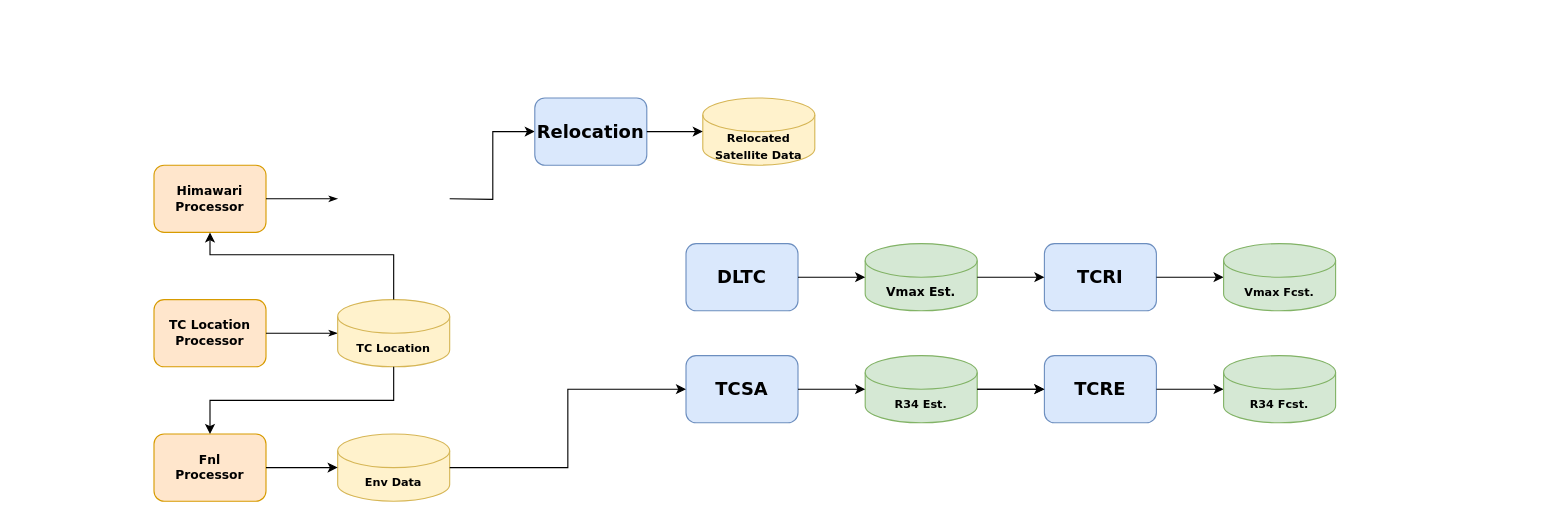
Earlier version of the draw.io diagram dltc.drawio (yuyangk/FlowChart). Source tidied: cells renumbered, new cells numbered last; positions are measured from the earlier drawing's top-left corner, leaving out a move shared by most shapes. Both pictures are drawn from the tidied source at 112%, with x=0, y=0 at pixel (153, 97).
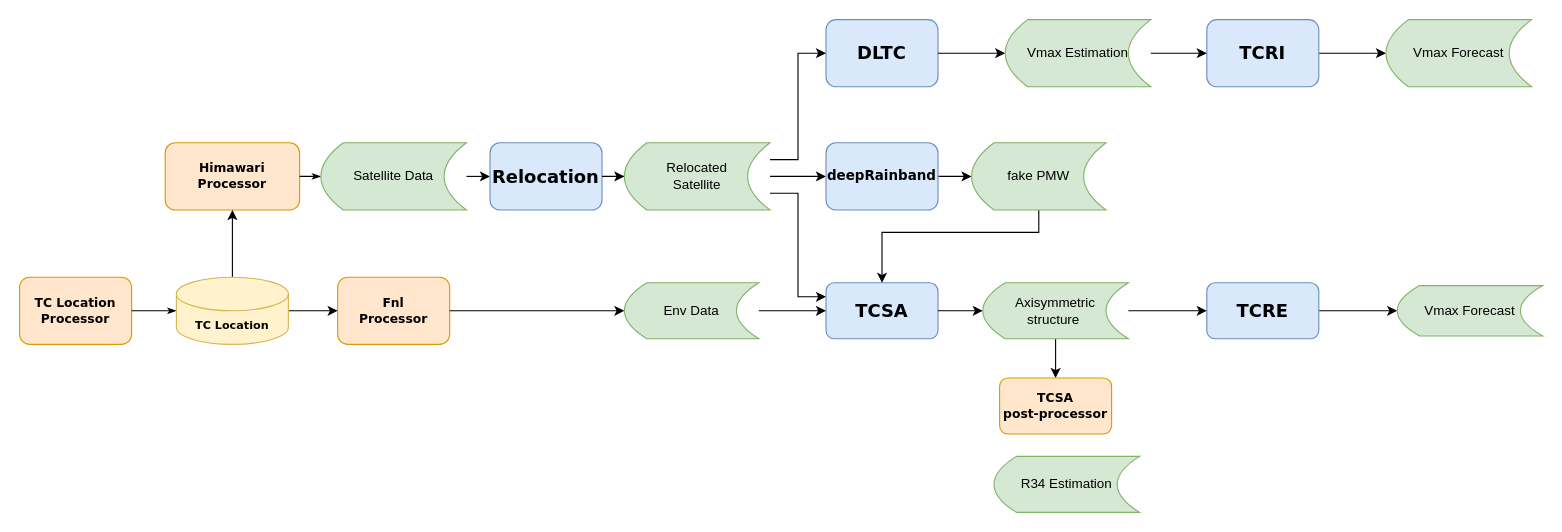
After the change.

Change to the diagram source:
```diff
@@
     <mxCell id="2" value="TC Location &lt;br style=&quot;font-size: 11px;&quot;&gt;Processor" style="rounded=1;whiteSpace=wrap;html=1;shadow=0;labelBackgroundColor=none;strokeWidth=1;fontFamily=Verdana;fontSize=11;align=center;strokeColor=#d79b00;fillColor=#ffe6cc;fontStyle=1;" parent="1" vertex="1">
-      <mxGeometry y="180" width="100" height="60" as="geometry" />
+      <mxGeometry x="-120" y="160" width="100" height="60" as="geometry" />
     </mxCell>
     <mxCell id="3" value="Himawari &lt;br style=&quot;font-size: 11px;&quot;&gt;Processor" style="rounded=1;whiteSpace=wrap;html=1;shadow=0;labelBackgroundColor=none;strokeWidth=1;fontFamily=Verdana;fontSize=11;align=center;strokeColor=#d79b00;fillColor=#ffe6cc;fontStyle=1;" parent="1" vertex="1">
-      <mxGeometry y="60" width="100" height="60" as="geometry" />
+      <mxGeometry x="10" y="40" width="120" height="60" as="geometry" />
     </mxCell>
     <mxCell id="4" value="Fnl &lt;br style=&quot;font-size: 11px;&quot;&gt;Processor" style="rounded=1;whiteSpace=wrap;html=1;shadow=0;labelBackgroundColor=none;strokeWidth=1;fontFamily=Verdana;fontSize=11;align=center;strokeColor=#d79b00;fillColor=#ffe6cc;fontStyle=1;" parent="1" vertex="1">
-      <mxGeometry y="300" width="100" height="60" as="geometry" />
+      <mxGeometry x="164" y="160" width="100" height="60" as="geometry" />
     </mxCell>
@@
-    <mxCell id="6" style="edgeStyle=orthogonalEdgeStyle;rounded=1;html=1;labelBackgroundColor=none;startArrow=none;startFill=0;startSize=5;endArrow=classicThin;endFill=1;endSize=5;jettySize=auto;strokeWidth=1;fontFamily=Verdana;fontSize=8;entryX=0;entryY=0.5;entryDx=0;entryDy=0;entryPerimeter=0;strokeColor=default;" parent="1" edge="1" source="3">
-      <mxGeometry relative="1" as="geometry">
-        <mxPoint x="164" y="90" as="targetPoint" />
-      </mxGeometry>
+    <mxCell id="6" style="edgeStyle=orthogonalEdgeStyle;rounded=1;html=1;labelBackgroundColor=none;startArrow=none;startFill=0;startSize=5;endArrow=classicThin;endFill=1;endSize=5;jettySize=auto;strokeWidth=1;fontFamily=Verdana;fontSize=8;strokeColor=default;entryX=0;entryY=0.5;entryDx=0;entryDy=0;" parent="1" edge="1" source="3" target="39">
+      <mxGeometry relative="1" as="geometry" />
     </mxCell>
-    <mxCell id="7" value="&lt;font style=&quot;font-size: 10px;&quot; face=&quot;Verdana&quot;&gt;TC Location&lt;/font&gt;" style="shape=cylinder3;whiteSpace=wrap;html=1;boundedLbl=1;backgroundOutline=1;size=15;strokeColor=#d6b656;fillColor=#fff2cc;fontStyle=1;" parent="1" vertex="1">
-      <mxGeometry x="164" y="180" width="100" height="60" as="geometry" />
-    </mxCell>
-    <mxCell id="8" value="&lt;font style=&quot;font-size: 10px;&quot; face=&quot;Verdana&quot;&gt;Env Data&lt;/font&gt;" style="shape=cylinder3;whiteSpace=wrap;html=1;boundedLbl=1;backgroundOutline=1;size=15;strokeColor=#d6b656;fillColor=#fff2cc;fontStyle=1;" parent="1" vertex="1">
-      <mxGeometry x="164" y="300" width="100" height="60" as="geometry" />
-    </mxCell>
-    <mxCell id="9" value="DLTC" style="rounded=1;whiteSpace=wrap;html=1;shadow=0;labelBackgroundColor=none;strokeWidth=1;fontFamily=Verdana;fontSize=16;align=center;strokeColor=#6c8ebf;fillColor=#dae8fc;fontStyle=1;" parent="1" vertex="1">
-      <mxGeometry x="475" y="130" width="100" height="60" as="geometry" />
-    </mxCell>
-    <mxCell id="10" value="TCSA" style="rounded=1;whiteSpace=wrap;html=1;shadow=0;labelBackgroundColor=none;strokeWidth=1;fontFamily=Verdana;fontSize=16;align=center;strokeColor=#6c8ebf;fillColor=#dae8fc;fontStyle=1;" parent="1" vertex="1">
-      <mxGeometry x="475" y="230" width="100" height="60" as="geometry" />
-    </mxCell>
-    <mxCell id="11" value="&lt;font style=&quot;font-size: 11px;&quot; face=&quot;Verdana&quot;&gt;Vmax Est.&lt;/font&gt;" style="shape=cylinder3;whiteSpace=wrap;html=1;boundedLbl=1;backgroundOutline=1;size=15;strokeColor=#82b366;fontStyle=1;fillColor=#d5e8d4;" parent="1" vertex="1">
-      <mxGeometry x="635" y="130" width="100" height="60" as="geometry" />
-    </mxCell>
-    <mxCell id="12" value="&lt;font style=&quot;font-size: 10px;&quot; face=&quot;Verdana&quot;&gt;R34 Est.&lt;/font&gt;" style="shape=cylinder3;whiteSpace=wrap;html=1;boundedLbl=1;backgroundOutline=1;size=15;strokeColor=#82b366;fontStyle=1;fillColor=#d5e8d4;" parent="1" vertex="1">
-      <mxGeometry x="635" y="230" width="100" height="60" as="geometry" />
-    </mxCell>
-    <mxCell id="13" value="TCRE" style="rounded=1;whiteSpace=wrap;html=1;shadow=0;labelBackgroundColor=none;strokeWidth=1;fontFamily=Verdana;fontSize=16;align=center;strokeColor=#6c8ebf;fillColor=#dae8fc;fontStyle=1;" parent="1" vertex="1">
-      <mxGeometry x="795" y="230" width="100" height="60" as="geometry" />
-    </mxCell>
-    <mxCell id="14" value="TCRI" style="rounded=1;whiteSpace=wrap;html=1;shadow=0;labelBackgroundColor=none;strokeWidth=1;fontFamily=Verdana;fontSize=16;align=center;strokeColor=#6c8ebf;fillColor=#dae8fc;fontStyle=1;" parent="1" vertex="1">
-      <mxGeometry x="795" y="130" width="100" height="60" as="geometry" />
-    </mxCell>
-    <mxCell id="15" style="edgeStyle=orthogonalEdgeStyle;rounded=0;jettySize=auto;html=1;entryX=0.5;entryY=1;entryDx=0;entryDy=0;strokeColor=default;" parent="1" edge="1" source="7" target="3">
-      <mxGeometry relative="1" as="geometry">
-        <Array as="points">
-          <mxPoint x="214" y="140" />
-          <mxPoint x="50" y="140" />
-        </Array>
-      </mxGeometry>
+    <mxCell id="15" style="edgeStyle=orthogonalEdgeStyle;rounded=0;jettySize=auto;html=1;entryX=0.5;entryY=1;entryDx=0;entryDy=0;" parent="1" edge="1" source="7" target="3">
+      <mxGeometry relative="1" as="geometry" />
     </mxCell>
-    <mxCell id="16" style="edgeStyle=orthogonalEdgeStyle;rounded=0;jettySize=auto;html=1;entryX=0.5;entryY=0;entryDx=0;entryDy=0;exitX=0.5;exitY=1;exitDx=0;exitDy=0;exitPerimeter=0;strokeColor=default;" parent="1" edge="1" source="7" target="4">
+    <mxCell id="16" style="edgeStyle=orthogonalEdgeStyle;rounded=0;jettySize=auto;html=1;entryX=0;entryY=0.5;entryDx=0;entryDy=0;" parent="1" edge="1" source="7" target="4">
       <mxGeometry relative="1" as="geometry" />
     </mxCell>
+    <mxCell id="7" value="&lt;font style=&quot;font-size: 10px;&quot; face=&quot;Verdana&quot;&gt;TC Location&lt;/font&gt;" style="shape=cylinder3;whiteSpace=wrap;html=1;boundedLbl=1;backgroundOutline=1;size=15;strokeColor=#d6b656;fillColor=#fff2cc;fontStyle=1;" parent="1" vertex="1">
+      <mxGeometry x="20" y="160" width="100" height="60" as="geometry" />
+    </mxCell>
+    <mxCell id="9" value="DLTC" style="rounded=1;whiteSpace=wrap;html=1;shadow=0;labelBackgroundColor=none;strokeWidth=1;fontFamily=Verdana;fontSize=16;align=center;strokeColor=#6c8ebf;fillColor=#dae8fc;fontStyle=1;" parent="1" vertex="1">
+      <mxGeometry x="600" y="-70" width="100" height="60" as="geometry" />
+    </mxCell>
+    <mxCell id="32" style="edgeStyle=orthogonalEdgeStyle;rounded=0;jettySize=auto;html=1;exitX=0.5;exitY=1;exitDx=0;exitDy=0;entryX=0.5;entryY=0;entryDx=0;entryDy=0;" parent="1" edge="1" source="45" target="50">
+      <mxGeometry relative="1" as="geometry" />
+    </mxCell>
+    <mxCell id="10" value="TCSA" style="rounded=1;whiteSpace=wrap;html=1;shadow=0;labelBackgroundColor=none;strokeWidth=1;fontFamily=Verdana;fontSize=16;align=center;strokeColor=#6c8ebf;fillColor=#dae8fc;fontStyle=1;" parent="1" vertex="1">
+      <mxGeometry x="600" y="165" width="100" height="50" as="geometry" />
+    </mxCell>
+    <mxCell id="33" style="edgeStyle=orthogonalEdgeStyle;rounded=0;jettySize=auto;html=1;entryX=0;entryY=0.5;entryDx=0;entryDy=0;" parent="1" edge="1" source="13" target="49">
+      <mxGeometry relative="1" as="geometry" />
+    </mxCell>
+    <mxCell id="13" value="TCRE" style="rounded=1;whiteSpace=wrap;html=1;shadow=0;labelBackgroundColor=none;strokeWidth=1;fontFamily=Verdana;fontSize=16;align=center;strokeColor=#6c8ebf;fillColor=#dae8fc;fontStyle=1;" parent="1" vertex="1">
+      <mxGeometry x="940" y="165" width="100" height="50" as="geometry" />
+    </mxCell>
+    <mxCell id="34" style="edgeStyle=orthogonalEdgeStyle;rounded=0;jettySize=auto;html=1;entryX=0;entryY=0.5;entryDx=0;entryDy=0;" parent="1" edge="1" source="14" target="48">
+      <mxGeometry relative="1" as="geometry" />
+    </mxCell>
+    <mxCell id="14" value="TCRI" style="rounded=1;whiteSpace=wrap;html=1;shadow=0;labelBackgroundColor=none;strokeWidth=1;fontFamily=Verdana;fontSize=16;align=center;strokeColor=#6c8ebf;fillColor=#dae8fc;fontStyle=1;" parent="1" vertex="1">
+      <mxGeometry x="940" y="-70" width="100" height="60" as="geometry" />
+    </mxCell>
-    <mxCell id="17" style="edgeStyle=orthogonalEdgeStyle;rounded=0;jettySize=auto;html=1;entryX=0;entryY=0.5;entryDx=0;entryDy=0;entryPerimeter=0;strokeColor=default;" parent="1" edge="1" source="4" target="8">
+    <mxCell id="17" style="edgeStyle=orthogonalEdgeStyle;rounded=0;jettySize=auto;html=1;entryX=0;entryY=0.5;entryDx=0;entryDy=0;strokeColor=default;" parent="1" edge="1" source="4" target="8">
       <mxGeometry relative="1" as="geometry" />
     </mxCell>
-    <mxCell id="18" style="edgeStyle=orthogonalEdgeStyle;rounded=0;jettySize=auto;html=1;entryX=0;entryY=0.5;entryDx=0;entryDy=0;strokeColor=default;" parent="1" edge="1" source="8" target="10">
-      <mxGeometry relative="1" as="geometry" />
-    </mxCell>
-    <mxCell id="19" style="edgeStyle=orthogonalEdgeStyle;rounded=0;jettySize=auto;html=1;entryX=0;entryY=0.5;entryDx=0;entryDy=0;entryPerimeter=0;strokeColor=default;" parent="1" edge="1" source="9" target="11">
+    <mxCell id="19" style="edgeStyle=orthogonalEdgeStyle;rounded=0;jettySize=auto;html=1;entryX=0;entryY=0.5;entryDx=0;entryDy=0;strokeColor=default;" parent="1" edge="1" source="9" target="47">
       <mxGeometry relative="1" as="geometry" />
     </mxCell>
-    <mxCell id="20" style="edgeStyle=orthogonalEdgeStyle;rounded=0;jettySize=auto;html=1;strokeColor=default;" parent="1" edge="1" source="10" target="12">
+    <mxCell id="20" style="edgeStyle=orthogonalEdgeStyle;rounded=0;jettySize=auto;html=1;strokeColor=default;entryX=0;entryY=0.5;entryDx=0;entryDy=0;" parent="1" edge="1" source="10" target="45">
       <mxGeometry relative="1" as="geometry" />
     </mxCell>
-    <mxCell id="21" style="edgeStyle=orthogonalEdgeStyle;rounded=0;jettySize=auto;html=1;entryX=0;entryY=0.5;entryDx=0;entryDy=0;strokeColor=default;exitX=1;exitY=0.5;exitDx=0;exitDy=0;exitPerimeter=0;" parent="1" edge="1" source="11" target="14">
-      <mxGeometry relative="1" as="geometry">
-        <Array as="points">
-          <mxPoint x="757" y="160" />
-          <mxPoint x="757" y="160" />
-        </Array>
-      </mxGeometry>
-    </mxCell>
-    <mxCell id="22" style="edgeStyle=orthogonalEdgeStyle;rounded=0;jettySize=auto;html=1;entryX=0;entryY=0.5;entryDx=0;entryDy=0;strokeColor=default;" parent="1" edge="1" source="12" target="13">
-      <mxGeometry relative="1" as="geometry" />
-    </mxCell>
-    <mxCell id="23" style="edgeStyle=orthogonalEdgeStyle;rounded=0;jettySize=auto;html=1;entryX=0;entryY=0.5;entryDx=0;entryDy=0;entryPerimeter=0;strokeColor=default;" parent="1" edge="1" source="13" target="28">
-      <mxGeometry relative="1" as="geometry" />
-    </mxCell>
-    <mxCell id="24" style="edgeStyle=orthogonalEdgeStyle;rounded=0;jettySize=auto;html=1;entryX=0;entryY=0.5;entryDx=0;entryDy=0;entryPerimeter=0;strokeColor=default;" parent="1" edge="1" source="14" target="27">
-      <mxGeometry relative="1" as="geometry" />
-    </mxCell>
-    <mxCell id="25" style="edgeStyle=orthogonalEdgeStyle;rounded=0;jettySize=auto;html=1;entryX=0;entryY=0.5;entryDx=0;entryDy=0;" parent="1" edge="1" target="29">
-      <mxGeometry relative="1" as="geometry">
-        <mxPoint x="264" y="90" as="sourcePoint" />
-      </mxGeometry>
+    <mxCell id="25" style="edgeStyle=orthogonalEdgeStyle;rounded=0;jettySize=auto;html=1;entryX=0;entryY=0.5;entryDx=0;entryDy=0;exitX=1;exitY=0.5;exitDx=0;exitDy=0;" parent="1" edge="1" source="39" target="29">
+      <mxGeometry relative="1" as="geometry" />
     </mxCell>
-    <mxCell id="26" style="edgeStyle=orthogonalEdgeStyle;rounded=0;jettySize=auto;html=1;" parent="1" edge="1" source="12" target="13">
-      <mxGeometry relative="1" as="geometry" />
-    </mxCell>
-    <mxCell id="27" value="&lt;font face=&quot;Verdana&quot;&gt;&lt;span style=&quot;font-size: 10px;&quot;&gt;Vmax Fcst.&lt;/span&gt;&lt;/font&gt;" style="shape=cylinder3;whiteSpace=wrap;html=1;boundedLbl=1;backgroundOutline=1;size=15;strokeColor=#82b366;fontStyle=1;fillColor=#d5e8d4;" parent="1" vertex="1">
-      <mxGeometry x="955" y="130" width="100" height="60" as="geometry" />
-    </mxCell>
-    <mxCell id="28" value="&lt;font style=&quot;font-size: 10px;&quot; face=&quot;Verdana&quot;&gt;R34 Fcst.&lt;/font&gt;" style="shape=cylinder3;whiteSpace=wrap;html=1;boundedLbl=1;backgroundOutline=1;size=15;strokeColor=#82b366;fontStyle=1;fillColor=#d5e8d4;" parent="1" vertex="1">
-      <mxGeometry x="955" y="230" width="100" height="60" as="geometry" />
-    </mxCell>
     <mxCell id="29" value="Relocation" style="rounded=1;whiteSpace=wrap;html=1;shadow=0;labelBackgroundColor=none;strokeWidth=1;fontFamily=Verdana;fontSize=16;align=center;strokeColor=#6c8ebf;fillColor=#dae8fc;fontStyle=1;" parent="1" vertex="1">
-      <mxGeometry x="340" width="100" height="60" as="geometry" />
+      <mxGeometry x="300" y="40" width="100" height="60" as="geometry" />
     </mxCell>
-    <mxCell id="30" value="&lt;font size=&quot;1&quot; face=&quot;Verdana&quot;&gt;Relocated Satellite Data&lt;/font&gt;" style="shape=cylinder3;whiteSpace=wrap;html=1;boundedLbl=1;backgroundOutline=1;size=15;strokeColor=#d6b656;fillColor=#fff2cc;fontStyle=1;" parent="1" vertex="1">
-      <mxGeometry x="490" width="100" height="60" as="geometry" />
-    </mxCell>
-    <mxCell id="31" style="edgeStyle=orthogonalEdgeStyle;rounded=0;jettySize=auto;html=1;entryX=0;entryY=0.5;entryDx=0;entryDy=0;entryPerimeter=0;" parent="1" edge="1" source="29" target="30">
+    <mxCell id="31" style="edgeStyle=orthogonalEdgeStyle;rounded=0;jettySize=auto;html=1;entryX=0;entryY=0.5;entryDx=0;entryDy=0;" parent="1" edge="1" source="29" target="38">
       <mxGeometry relative="1" as="geometry" />
     </mxCell>
+    <mxCell id="35" style="edgeStyle=orthogonalEdgeStyle;rounded=0;jettySize=auto;html=1;exitX=1;exitY=0.25;exitDx=0;exitDy=0;entryX=0;entryY=0.5;entryDx=0;entryDy=0;" parent="1" edge="1" source="38" target="9">
+      <mxGeometry relative="1" as="geometry" />
+    </mxCell>
+    <mxCell id="36" style="edgeStyle=orthogonalEdgeStyle;rounded=0;jettySize=auto;html=1;exitX=1;exitY=0.5;exitDx=0;exitDy=0;entryX=0;entryY=0.5;entryDx=0;entryDy=0;" parent="1" edge="1" source="38" target="41">
+      <mxGeometry relative="1" as="geometry" />
+    </mxCell>
+    <mxCell id="37" style="edgeStyle=orthogonalEdgeStyle;rounded=0;jettySize=auto;html=1;entryX=0;entryY=0.25;entryDx=0;entryDy=0;exitX=1;exitY=0.75;exitDx=0;exitDy=0;" parent="1" edge="1" source="38" target="10">
+      <mxGeometry relative="1" as="geometry">
+        <Array as="points">
+          <mxPoint x="575" y="85" />
+          <mxPoint x="575" y="178" />
+        </Array>
+      </mxGeometry>
+    </mxCell>
+    <mxCell id="38" value="Relocated &lt;br&gt;Satellite" style="shape=dataStorage;whiteSpace=wrap;html=1;fixedSize=1;fillColor=#d5e8d4;strokeColor=#82b366;" parent="1" vertex="1">
+      <mxGeometry x="420" y="40" width="130" height="60" as="geometry" />
+    </mxCell>
+    <mxCell id="39" value="Satellite Data" style="shape=dataStorage;whiteSpace=wrap;html=1;fixedSize=1;fillColor=#d5e8d4;strokeColor=#82b366;" parent="1" vertex="1">
+      <mxGeometry x="149" y="40" width="130" height="60" as="geometry" />
+    </mxCell>
+    <mxCell id="18" style="edgeStyle=orthogonalEdgeStyle;rounded=0;jettySize=auto;html=1;entryX=0;entryY=0.5;entryDx=0;entryDy=0;" parent="1" edge="1" source="8" target="10">
+      <mxGeometry relative="1" as="geometry" />
+    </mxCell>
+    <mxCell id="8" value="Env Data" style="shape=dataStorage;whiteSpace=wrap;html=1;fixedSize=1;fillColor=#d5e8d4;strokeColor=#82b366;" parent="1" vertex="1">
+      <mxGeometry x="420" y="165" width="120" height="50" as="geometry" />
+    </mxCell>
+    <mxCell id="40" style="edgeStyle=orthogonalEdgeStyle;rounded=0;jettySize=auto;html=1;entryX=0;entryY=0.5;entryDx=0;entryDy=0;" parent="1" edge="1" source="41" target="43">
+      <mxGeometry relative="1" as="geometry" />
+    </mxCell>
+    <mxCell id="41" value="deepRainband" style="rounded=1;whiteSpace=wrap;html=1;shadow=0;labelBackgroundColor=none;strokeWidth=1;fontFamily=Verdana;fontSize=12;align=center;strokeColor=#6c8ebf;fillColor=#dae8fc;fontStyle=1;" parent="1" vertex="1">
+      <mxGeometry x="600" y="40" width="100" height="60" as="geometry" />
+    </mxCell>
+    <mxCell id="42" style="edgeStyle=orthogonalEdgeStyle;rounded=0;jettySize=auto;html=1;entryX=0.5;entryY=0;entryDx=0;entryDy=0;" parent="1" edge="1" source="43" target="10">
+      <mxGeometry relative="1" as="geometry">
+        <Array as="points">
+          <mxPoint x="790" y="120" />
+          <mxPoint x="650" y="120" />
+        </Array>
+      </mxGeometry>
+    </mxCell>
+    <mxCell id="43" value="fake PMW" style="shape=dataStorage;whiteSpace=wrap;html=1;fixedSize=1;fillColor=#d5e8d4;strokeColor=#82b366;" parent="1" vertex="1">
+      <mxGeometry x="730" y="40" width="120" height="60" as="geometry" />
+    </mxCell>
+    <mxCell id="44" style="edgeStyle=orthogonalEdgeStyle;rounded=0;jettySize=auto;html=1;entryX=0;entryY=0.5;entryDx=0;entryDy=0;" parent="1" edge="1" source="45" target="13">
+      <mxGeometry relative="1" as="geometry" />
+    </mxCell>
+    <mxCell id="45" value="Axisymmetric &lt;br&gt;structure&amp;nbsp;" style="shape=dataStorage;whiteSpace=wrap;html=1;fixedSize=1;fillColor=#d5e8d4;strokeColor=#82b366;" parent="1" vertex="1">
+      <mxGeometry x="740" y="165" width="130" height="50" as="geometry" />
+    </mxCell>
+    <mxCell id="46" style="edgeStyle=orthogonalEdgeStyle;rounded=0;jettySize=auto;html=1;entryX=0;entryY=0.5;entryDx=0;entryDy=0;" parent="1" edge="1" source="47" target="14">
+      <mxGeometry relative="1" as="geometry" />
+    </mxCell>
+    <mxCell id="47" value="Vmax Estimation" style="shape=dataStorage;whiteSpace=wrap;html=1;fixedSize=1;fillColor=#d5e8d4;strokeColor=#82b366;" parent="1" vertex="1">
+      <mxGeometry x="760" y="-70" width="130" height="60" as="geometry" />
+    </mxCell>
+    <mxCell id="48" value="Vmax Forecast" style="shape=dataStorage;whiteSpace=wrap;html=1;fixedSize=1;fillColor=#d5e8d4;strokeColor=#82b366;" parent="1" vertex="1">
+      <mxGeometry x="1100" y="-70" width="130" height="60" as="geometry" />
+    </mxCell>
+    <mxCell id="49" value="Vmax Forecast" style="shape=dataStorage;whiteSpace=wrap;html=1;fixedSize=1;fillColor=#d5e8d4;strokeColor=#82b366;" parent="1" vertex="1">
+      <mxGeometry x="1110" y="167.5" width="130" height="45" as="geometry" />
+    </mxCell>
+    <mxCell id="50" value="TCSA &lt;br&gt;post-processor" style="rounded=1;whiteSpace=wrap;html=1;shadow=0;labelBackgroundColor=none;strokeWidth=1;fontFamily=Verdana;fontSize=11;align=center;strokeColor=#d79b00;fillColor=#ffe6cc;fontStyle=1;" parent="1" vertex="1">
+      <mxGeometry x="755" y="250" width="100" height="50" as="geometry" />
+    </mxCell>
+    <mxCell id="51" value="R34 Estimation" style="shape=dataStorage;whiteSpace=wrap;html=1;fixedSize=1;fillColor=#d5e8d4;strokeColor=#82b366;" parent="1" vertex="1">
+      <mxGeometry x="750" y="320" width="130" height="50" as="geometry" />
+    </mxCell>
```
